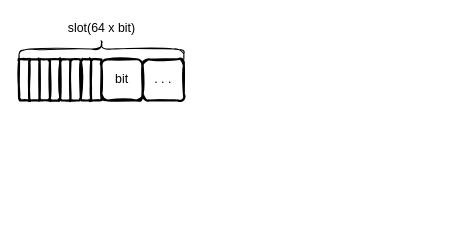
Above: page "BitmapAllocator" (2 of 2) of ceph/bluestore.drawio in EarthWind/deeparch (draw.io), before the change. Source tidied: cells renumbered, new cells numbered last; positions are measured from the earlier drawing's top-left corner, leaving out a move shared by most shapes. Both pictures are drawn from the tidied source at 103%, with x=0, y=0 at pixel (19, -34).
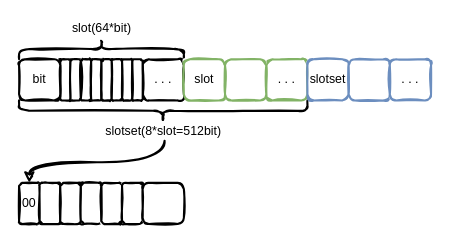
The same page after the edit.

The edit, as a diff of the source:
```diff
@@
-    <mxCell id="2" style="rounded=1;whiteSpace=wrap;html=1;strokeWidth=2;fillWeight=1;hachureGap=4;hachureAngle=45;sketch=1;" parent="1" vertex="1">
-      <mxGeometry y="90" width="10" height="40" as="geometry" />
-    </mxCell>
-    <mxCell id="3" style="rounded=1;whiteSpace=wrap;html=1;strokeWidth=2;fillWeight=1;hachureGap=4;hachureAngle=45;sketch=1;" parent="1" vertex="1">
-      <mxGeometry x="10" y="90" width="10" height="40" as="geometry" />
-    </mxCell>
-    <mxCell id="4" style="rounded=1;whiteSpace=wrap;html=1;strokeWidth=2;fillWeight=1;hachureGap=4;hachureAngle=45;sketch=1;" parent="1" vertex="1">
-      <mxGeometry x="20" y="90" width="10" height="40" as="geometry" />
-    </mxCell>
-    <mxCell id="5" style="rounded=1;whiteSpace=wrap;html=1;strokeWidth=2;fillWeight=1;hachureGap=4;hachureAngle=45;sketch=1;" parent="1" vertex="1">
-      <mxGeometry x="30" y="90" width="10" height="40" as="geometry" />
-    </mxCell>
@@
     <mxCell id="10" value="bit" style="rounded=1;whiteSpace=wrap;html=1;strokeWidth=2;fillWeight=1;hachureGap=4;hachureAngle=45;sketch=1;" parent="1" vertex="1">
-      <mxGeometry x="80" y="90" width="40" height="40" as="geometry" />
+      <mxGeometry y="90" width="40" height="40" as="geometry" />
     </mxCell>
@@
-    <mxCell id="12" style="shape=curlyBracket;whiteSpace=wrap;html=1;rounded=1;flipH=1;fillWeight=1;hachureGap=2;fillColor=#67AB9F;rotation=-90;sketch=1;" parent="1" vertex="1">
+    <mxCell id="12" style="shape=curlyBracket;whiteSpace=wrap;html=1;rounded=1;flipH=1;fillWeight=1;hachureGap=2;fillColor=#67AB9F;rotation=-90;sketch=1;strokeWidth=2;" parent="1" vertex="1">
       <mxGeometry x="70" width="20" height="160" as="geometry" />
     </mxCell>
-    <mxCell id="13" value="slot(64 x bit)" style="text;html=1;align=center;verticalAlign=middle;strokeColor=none;fillColor=none;" parent="1" vertex="1">
-      <mxGeometry x="40" y="50" width="80" height="20" as="geometry" />
+    <mxCell id="13" value="slot(64*bit)" style="text;html=1;align=center;verticalAlign=middle;strokeColor=none;fillColor=none;" parent="1" vertex="1">
+      <mxGeometry x="45" y="50" width="70" height="20" as="geometry" />
     </mxCell>
+    <mxCell id="14" style="rounded=1;whiteSpace=wrap;html=1;strokeWidth=2;fillWeight=1;hachureGap=4;hachureAngle=45;sketch=1;" parent="1" vertex="1">
+      <mxGeometry x="80" y="90" width="10" height="40" as="geometry" />
+    </mxCell>
+    <mxCell id="15" style="rounded=1;whiteSpace=wrap;html=1;strokeWidth=2;fillWeight=1;hachureGap=4;hachureAngle=45;sketch=1;" parent="1" vertex="1">
+      <mxGeometry x="90" y="90" width="10" height="40" as="geometry" />
+    </mxCell>
+    <mxCell id="16" style="rounded=1;whiteSpace=wrap;html=1;strokeWidth=2;fillWeight=1;hachureGap=4;hachureAngle=45;sketch=1;" parent="1" vertex="1">
+      <mxGeometry x="100" y="90" width="10" height="40" as="geometry" />
+    </mxCell>
+    <mxCell id="17" style="rounded=1;whiteSpace=wrap;html=1;strokeWidth=2;fillWeight=1;hachureGap=4;hachureAngle=45;sketch=1;" parent="1" vertex="1">
+      <mxGeometry x="110" y="90" width="10" height="40" as="geometry" />
+    </mxCell>
+    <mxCell id="18" value="slot" style="rounded=1;whiteSpace=wrap;html=1;strokeWidth=2;fillWeight=1;hachureGap=4;hachureAngle=45;sketch=1;fillColor=#FFFFFF;strokeColor=#82b366;" parent="1" vertex="1">
+      <mxGeometry x="160" y="90" width="40" height="40" as="geometry" />
+    </mxCell>
+    <mxCell id="19" value=". . ." style="rounded=1;whiteSpace=wrap;html=1;strokeWidth=2;fillWeight=1;hachureGap=4;hachureAngle=45;sketch=1;fillColor=#FFFFFF;strokeColor=#82b366;" parent="1" vertex="1">
+      <mxGeometry x="240" y="90" width="40" height="40" as="geometry" />
+    </mxCell>
+    <mxCell id="20" style="shape=curlyBracket;whiteSpace=wrap;html=1;rounded=1;sketch=1;fillWeight=1;hachureGap=2;fillColor=#FFFFFF;rotation=-90;strokeWidth=2;" parent="1" vertex="1">
+      <mxGeometry x="130" width="20" height="280" as="geometry" />
+    </mxCell>
+    <mxCell id="21" style="edgeStyle=orthogonalEdgeStyle;rounded=0;sketch=1;jettySize=auto;elbow=vertical;html=1;entryX=0.5;entryY=0;entryDx=0;entryDy=0;strokeWidth=2;curved=1;exitX=0.51;exitY=0.957;exitDx=0;exitDy=0;exitPerimeter=0;" parent="1" edge="1" source="22" target="27">
+      <mxGeometry relative="1" as="geometry" />
+    </mxCell>
+    <mxCell id="22" value="slotset(8*slot=512bit)" style="text;html=1;align=center;verticalAlign=middle;points=[];strokeColor=none;fillColor=none;" parent="1" vertex="1">
+      <mxGeometry x="75" y="150" width="130" height="20" as="geometry" />
+    </mxCell>
+    <mxCell id="23" value="slotset" style="rounded=1;whiteSpace=wrap;html=1;strokeWidth=2;fillWeight=1;hachureGap=4;hachureAngle=45;sketch=1;fillColor=#FFFFFF;strokeColor=#6c8ebf;" parent="1" vertex="1">
+      <mxGeometry x="280" y="90" width="40" height="40" as="geometry" />
+    </mxCell>
+    <mxCell id="24" style="rounded=1;whiteSpace=wrap;html=1;strokeWidth=2;fillWeight=1;hachureGap=4;hachureAngle=45;sketch=1;fillColor=#FFFFFF;strokeColor=#6c8ebf;" parent="1" vertex="1">
+      <mxGeometry x="320" y="90" width="40" height="40" as="geometry" />
+    </mxCell>
+    <mxCell id="25" value=". . ." style="rounded=1;whiteSpace=wrap;html=1;strokeWidth=2;fillWeight=1;hachureGap=4;hachureAngle=45;sketch=1;fillColor=#FFFFFF;strokeColor=#6c8ebf;" parent="1" vertex="1">
+      <mxGeometry x="360" y="90" width="40" height="40" as="geometry" />
+    </mxCell>
+    <mxCell id="26" style="rounded=1;whiteSpace=wrap;html=1;strokeWidth=2;fillWeight=1;hachureGap=4;hachureAngle=45;sketch=1;fillColor=#FFFFFF;strokeColor=#82b366;" parent="1" vertex="1">
+      <mxGeometry x="200" y="90" width="40" height="40" as="geometry" />
+    </mxCell>
+    <mxCell id="27" value="00" style="rounded=1;whiteSpace=wrap;html=1;strokeWidth=2;fillWeight=1;hachureGap=4;hachureAngle=45;sketch=1;" parent="1" vertex="1">
+      <mxGeometry y="210" width="20" height="40" as="geometry" />
+    </mxCell>
+    <mxCell id="28" style="rounded=1;whiteSpace=wrap;html=1;strokeWidth=2;fillWeight=1;hachureGap=4;hachureAngle=45;sketch=1;" parent="1" vertex="1">
+      <mxGeometry x="20" y="210" width="20" height="40" as="geometry" />
+    </mxCell>
+    <mxCell id="29" style="rounded=1;whiteSpace=wrap;html=1;strokeWidth=2;fillWeight=1;hachureGap=4;hachureAngle=45;sketch=1;" parent="1" vertex="1">
+      <mxGeometry x="40" y="210" width="20" height="40" as="geometry" />
+    </mxCell>
+    <mxCell id="30" style="rounded=1;whiteSpace=wrap;html=1;strokeWidth=2;fillWeight=1;hachureGap=4;hachureAngle=45;sketch=1;" parent="1" vertex="1">
+      <mxGeometry x="60" y="210" width="20" height="40" as="geometry" />
+    </mxCell>
+    <mxCell id="31" style="rounded=1;whiteSpace=wrap;html=1;strokeWidth=2;fillWeight=1;hachureGap=4;hachureAngle=45;sketch=1;" parent="1" vertex="1">
+      <mxGeometry x="80" y="210" width="20" height="40" as="geometry" />
+    </mxCell>
+    <mxCell id="32" style="rounded=1;whiteSpace=wrap;html=1;strokeWidth=2;fillWeight=1;hachureGap=4;hachureAngle=45;sketch=1;" parent="1" vertex="1">
+      <mxGeometry x="100" y="210" width="20" height="40" as="geometry" />
+    </mxCell>
+    <mxCell id="33" style="rounded=1;whiteSpace=wrap;html=1;strokeWidth=2;fillWeight=1;hachureGap=4;hachureAngle=45;sketch=1;" parent="1" vertex="1">
+      <mxGeometry x="120" y="210" width="40" height="40" as="geometry" />
+    </mxCell>
```
